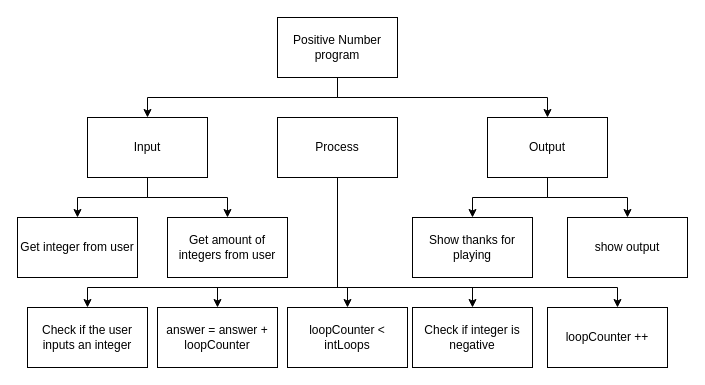
This is design/top-down.drawio from Johanna-liu16/ICS3U-Unit-4-06-python, a draw.io file, before an edit. Source tidied: cells renumbered, new cells numbered last; positions are measured from the earlier drawing's top-left corner, leaving out a move shared by most shapes. Both pictures are drawn from the tidied source at 100%, with x=0, y=0 at pixel (17, 17).
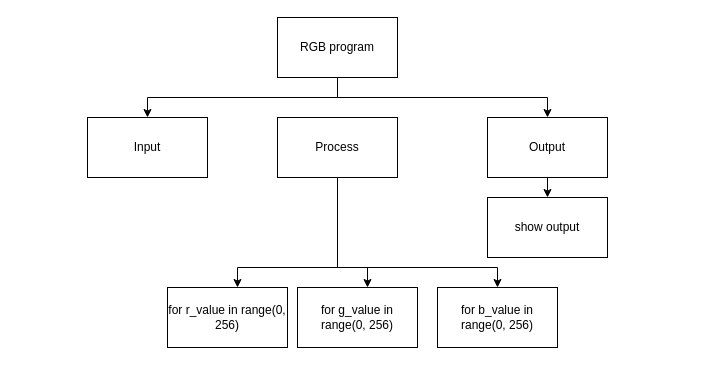
After the change.

Unchanged cells that the change refers to:
```xml
<mxCell id="5" value="Output" style="rounded=0;whiteSpace=wrap;html=1;" parent="1" vertex="1">
  <mxGeometry x="470" y="100" width="120" height="60" as="geometry" />
</mxCell>
<mxCell id="11" value="Process" style="rounded=0;whiteSpace=wrap;html=1;" parent="1" vertex="1">
  <mxGeometry x="260" y="100" width="120" height="60" as="geometry" />
</mxCell>
<mxCell id="14" value="Input" style="rounded=0;whiteSpace=wrap;html=1;" parent="1" vertex="1">
  <mxGeometry x="70" y="100" width="120" height="60" as="geometry" />
</mxCell>
```

Diff of the diagram source:
```diff
@@
-    <mxCell id="2" value="Get integer from user" style="rounded=0;whiteSpace=wrap;html=1;" parent="1" vertex="1">
-      <mxGeometry y="200" width="120" height="60" as="geometry" />
-    </mxCell>
-    <mxCell id="3" style="edgeStyle=orthogonalEdgeStyle;rounded=0;html=1;" parent="1" edge="1" source="5" target="20">
-      <mxGeometry relative="1" as="geometry" />
-    </mxCell>
@@
-    <mxCell id="6" style="edgeStyle=orthogonalEdgeStyle;html=1;rounded=0;" parent="1" edge="1" source="11" target="15">
-      <mxGeometry relative="1" as="geometry">
-        <Array as="points">
-          <mxPoint x="320" y="270" />
-          <mxPoint x="330" y="270" />
-        </Array>
-      </mxGeometry>
-    </mxCell>
-    <mxCell id="7" style="edgeStyle=orthogonalEdgeStyle;html=1;entryX=0.5;entryY=0;entryDx=0;entryDy=0;rounded=0;" parent="1" edge="1" source="11" target="16">
-      <mxGeometry relative="1" as="geometry">
-        <Array as="points">
-          <mxPoint x="320" y="270" />
-          <mxPoint x="70" y="270" />
-        </Array>
-      </mxGeometry>
-    </mxCell>
-    <mxCell id="8" style="edgeStyle=none;html=1;entryX=0.5;entryY=0;entryDx=0;entryDy=0;rounded=0;" parent="1" edge="1" source="11" target="21">
+    <mxCell id="8" style="edgeStyle=orthogonalEdgeStyle;html=1;rounded=0;" parent="1" edge="1" source="11" target="21">
       <mxGeometry relative="1" as="geometry">
         <Array as="points">
-          <mxPoint x="320" y="270" />
-          <mxPoint x="455" y="270" />
+          <mxPoint x="320" y="250" />
+          <mxPoint x="350" y="250" />
         </Array>
       </mxGeometry>
     </mxCell>
-    <mxCell id="9" style="edgeStyle=orthogonalEdgeStyle;html=1;entryX=0.5;entryY=0;entryDx=0;entryDy=0;rounded=0;" parent="1" edge="1" source="11" target="23">
-      <mxGeometry relative="1" as="geometry">
-        <Array as="points">
-          <mxPoint x="320" y="270" />
-          <mxPoint x="200" y="270" />
-        </Array>
-      </mxGeometry>
-    </mxCell>
     <mxCell id="10" style="edgeStyle=orthogonalEdgeStyle;rounded=0;html=1;" parent="1" edge="1" source="11" target="25">
       <mxGeometry relative="1" as="geometry">
         <Array as="points">
-          <mxPoint x="320" y="270" />
-          <mxPoint x="600" y="270" />
+          <mxPoint x="320" y="250" />
+          <mxPoint x="220" y="250" />
         </Array>
       </mxGeometry>
     </mxCell>
+    <mxCell id="26" style="edgeStyle=orthogonalEdgeStyle;html=1;entryX=0.5;entryY=0;entryDx=0;entryDy=0;rounded=0;" parent="1" edge="1" source="11" target="27">
+      <mxGeometry relative="1" as="geometry">
+        <Array as="points">
+          <mxPoint x="320" y="250" />
+          <mxPoint x="480" y="250" />
+        </Array>
+      </mxGeometry>
+    </mxCell>
@@
-    <mxCell id="12" style="edgeStyle=orthogonalEdgeStyle;rounded=0;html=1;entryX=0.5;entryY=0;entryDx=0;entryDy=0;" parent="1" edge="1" source="14" target="2">
-      <mxGeometry relative="1" as="geometry" />
-    </mxCell>
-    <mxCell id="13" style="edgeStyle=orthogonalEdgeStyle;html=1;entryX=0.5;entryY=0;entryDx=0;entryDy=0;rounded=0;" parent="1" edge="1" source="14" target="24">
-      <mxGeometry relative="1" as="geometry" />
-    </mxCell>
@@
-    <mxCell id="15" value="loopCounter &amp;lt; intLoops" style="rounded=0;whiteSpace=wrap;html=1;" parent="1" vertex="1">
-      <mxGeometry x="270" y="290" width="120" height="60" as="geometry" />
-    </mxCell>
-    <mxCell id="16" value="Check if the user inputs an integer" style="rounded=0;whiteSpace=wrap;html=1;" parent="1" vertex="1">
-      <mxGeometry x="10" y="290" width="120" height="60" as="geometry" />
-    </mxCell>
@@
-    <mxCell id="19" value="Positive Number program" style="rounded=0;whiteSpace=wrap;html=1;" parent="1" vertex="1">
+    <mxCell id="19" value="RGB program" style="rounded=0;whiteSpace=wrap;html=1;" parent="1" vertex="1">
       <mxGeometry x="260" width="120" height="60" as="geometry" />
     </mxCell>
-    <mxCell id="20" value="Show thanks for playing" style="rounded=0;whiteSpace=wrap;html=1;" parent="1" vertex="1">
-      <mxGeometry x="395" y="200" width="120" height="60" as="geometry" />
-    </mxCell>
-    <mxCell id="21" value="Check if integer is negative" style="rounded=0;whiteSpace=wrap;html=1;" parent="1" vertex="1">
-      <mxGeometry x="395" y="290" width="120" height="60" as="geometry" />
+    <mxCell id="21" value="for g_value in range(0, 256)" style="rounded=0;whiteSpace=wrap;html=1;" parent="1" vertex="1">
+      <mxGeometry x="280" y="270" width="120" height="60" as="geometry" />
     </mxCell>
     <mxCell id="22" value="show output" style="rounded=0;whiteSpace=wrap;html=1;" parent="1" vertex="1">
-      <mxGeometry x="550" y="200" width="120" height="60" as="geometry" />
+      <mxGeometry x="470" y="180" width="120" height="60" as="geometry" />
     </mxCell>
-    <mxCell id="23" value="answer = answer + loopCounter" style="rounded=0;whiteSpace=wrap;html=1;" parent="1" vertex="1">
-      <mxGeometry x="140" y="290" width="120" height="60" as="geometry" />
-    </mxCell>
-    <mxCell id="24" value="Get amount of integers from user" style="rounded=0;whiteSpace=wrap;html=1;" parent="1" vertex="1">
-      <mxGeometry x="150" y="200" width="120" height="60" as="geometry" />
-    </mxCell>
-    <mxCell id="25" value="loopCounter ++" style="rounded=0;whiteSpace=wrap;html=1;" parent="1" vertex="1">
-      <mxGeometry x="530" y="290" width="120" height="60" as="geometry" />
+    <mxCell id="25" value="for r_value in range(0, 256)" style="rounded=0;whiteSpace=wrap;html=1;" parent="1" vertex="1">
+      <mxGeometry x="150" y="270" width="120" height="60" as="geometry" />
     </mxCell>
+    <mxCell id="27" value="for b_value in range(0, 256)" style="rounded=0;whiteSpace=wrap;html=1;" parent="1" vertex="1">
+      <mxGeometry x="420" y="270" width="120" height="60" as="geometry" />
+    </mxCell>
```
